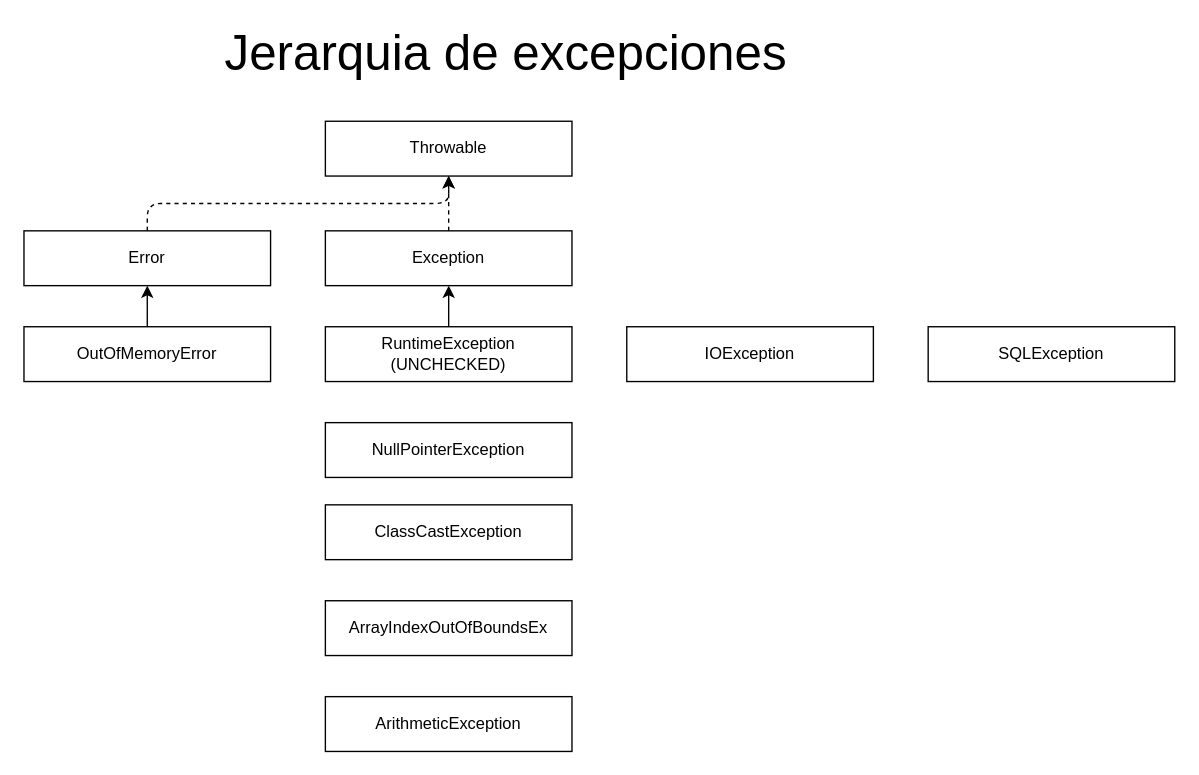
The draw.io diagram page "Página-3" (3 of 11) of diagramas.drawio in lrag/java2025, before the edit. Source tidied: cells renumbered, new cells numbered last; positions are measured from the earlier drawing's top-left corner, leaving out a move shared by most shapes. Both pictures are drawn from the tidied source at 137%, with x=0, y=0 at pixel (23, 32).
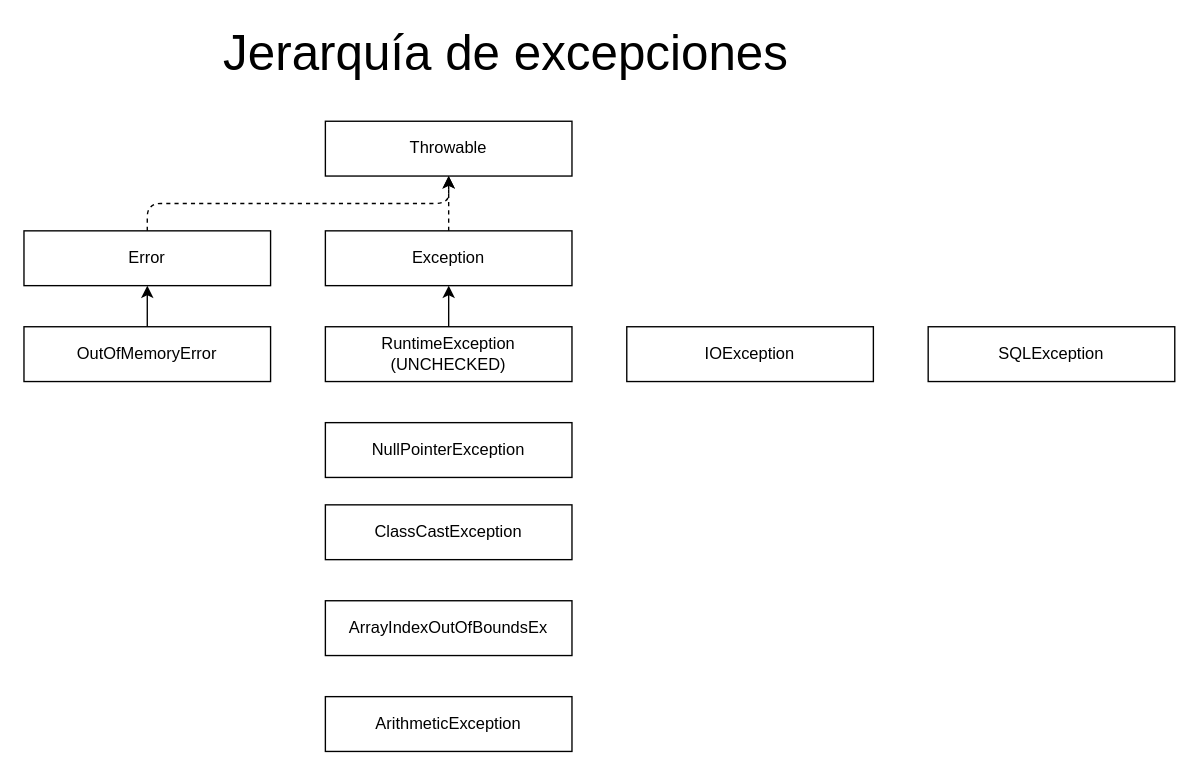
The same diagram, later.

Diff of the diagram source:
```diff
@@
 <mxGraphModel>
   <root>
     <mxCell id="0" />
     <mxCell id="1" parent="0" />
     <mxCell id="2" value="Throwable" style="rounded=0;whiteSpace=wrap;html=1;" parent="1" vertex="1">
       <mxGeometry x="220" y="65" width="180" height="40" as="geometry" />
     </mxCell>
     <mxCell id="3" value="Error" style="rounded=0;whiteSpace=wrap;html=1;" parent="1" vertex="1">
       <mxGeometry y="145" width="180" height="40" as="geometry" />
     </mxCell>
     <mxCell id="4" value="Exception" style="rounded=0;whiteSpace=wrap;html=1;" parent="1" vertex="1">
       <mxGeometry x="220" y="145" width="180" height="40" as="geometry" />
     </mxCell>
     <mxCell id="5" style="endArrow=classic;html=1;rounded=1;dashed=1;entryX=0.5;entryY=1;entryDx=0;entryDy=0;exitX=0.5;exitY=0;exitDx=0;exitDy=0;" parent="1" edge="1" source="4" target="2">
       <mxGeometry relative="1" as="geometry" />
     </mxCell>
     <mxCell id="6" style="endArrow=classic;html=1;rounded=1;dashed=1;exitX=0.5;exitY=0;exitDx=0;exitDy=0;" parent="1" edge="1" source="3">
       <mxGeometry relative="1" as="geometry">
         <mxPoint x="310" y="105" as="targetPoint" />
         <Array as="points">
           <mxPoint x="90" y="125" />
           <mxPoint x="310" y="125" />
         </Array>
       </mxGeometry>
     </mxCell>
     <mxCell id="7" style="edgeStyle=orthogonalEdgeStyle;rounded=1;jettySize=auto;html=1;entryX=0.5;entryY=1;entryDx=0;entryDy=0;" parent="1" edge="1" source="8" target="3">
       <mxGeometry relative="1" as="geometry" />
     </mxCell>
     <mxCell id="8" value="OutOfMemoryError" style="rounded=0;whiteSpace=wrap;html=1;" parent="1" vertex="1">
       <mxGeometry y="215" width="180" height="40" as="geometry" />
     </mxCell>
     <mxCell id="9" style="edgeStyle=orthogonalEdgeStyle;rounded=1;jettySize=auto;html=1;entryX=0.5;entryY=1;entryDx=0;entryDy=0;" parent="1" edge="1" source="10" target="4">
       <mxGeometry relative="1" as="geometry" />
     </mxCell>
     <mxCell id="10" value="RuntimeException&lt;br&gt;(UNCHECKED)" style="rounded=0;whiteSpace=wrap;html=1;" parent="1" vertex="1">
       <mxGeometry x="220" y="215" width="180" height="40" as="geometry" />
     </mxCell>
     <mxCell id="11" value="IOException" style="rounded=0;whiteSpace=wrap;html=1;" parent="1" vertex="1">
       <mxGeometry x="440" y="215" width="180" height="40" as="geometry" />
     </mxCell>
     <mxCell id="12" value="NullPointerException" style="rounded=0;whiteSpace=wrap;html=1;" parent="1" vertex="1">
       <mxGeometry x="220" y="285" width="180" height="40" as="geometry" />
     </mxCell>
     <mxCell id="13" value="ClassCastException" style="rounded=0;whiteSpace=wrap;html=1;" parent="1" vertex="1">
       <mxGeometry x="220" y="345" width="180" height="40" as="geometry" />
     </mxCell>
     <mxCell id="14" value="ArrayIndexOutOfBoundsEx" style="rounded=0;whiteSpace=wrap;html=1;" parent="1" vertex="1">
       <mxGeometry x="220" y="415" width="180" height="40" as="geometry" />
     </mxCell>
     <mxCell id="15" value="ArithmeticException" style="rounded=0;whiteSpace=wrap;html=1;" parent="1" vertex="1">
       <mxGeometry x="220" y="485" width="180" height="40" as="geometry" />
     </mxCell>
     <mxCell id="16" value="SQLException" style="rounded=0;whiteSpace=wrap;html=1;" parent="1" vertex="1">
       <mxGeometry x="660" y="215" width="180" height="40" as="geometry" />
     </mxCell>
-    <mxCell id="17" value="&lt;font style=&quot;font-size: 36px;&quot;&gt;Jerarquia de excepciones&lt;/font&gt;" style="text;html=1;strokeColor=none;fillColor=none;align=center;verticalAlign=middle;whiteSpace=wrap;rounded=0;" parent="1" vertex="1">
+    <mxCell id="17" value="&lt;font style=&quot;font-size: 36px;&quot;&gt;Jerarquía de excepciones&lt;/font&gt;" style="text;html=1;strokeColor=none;fillColor=none;align=center;verticalAlign=middle;whiteSpace=wrap;rounded=0;" parent="1" vertex="1">
       <mxGeometry x="44" width="616" height="30" as="geometry" />
     </mxCell>
   </root>
 </mxGraphModel>
```
